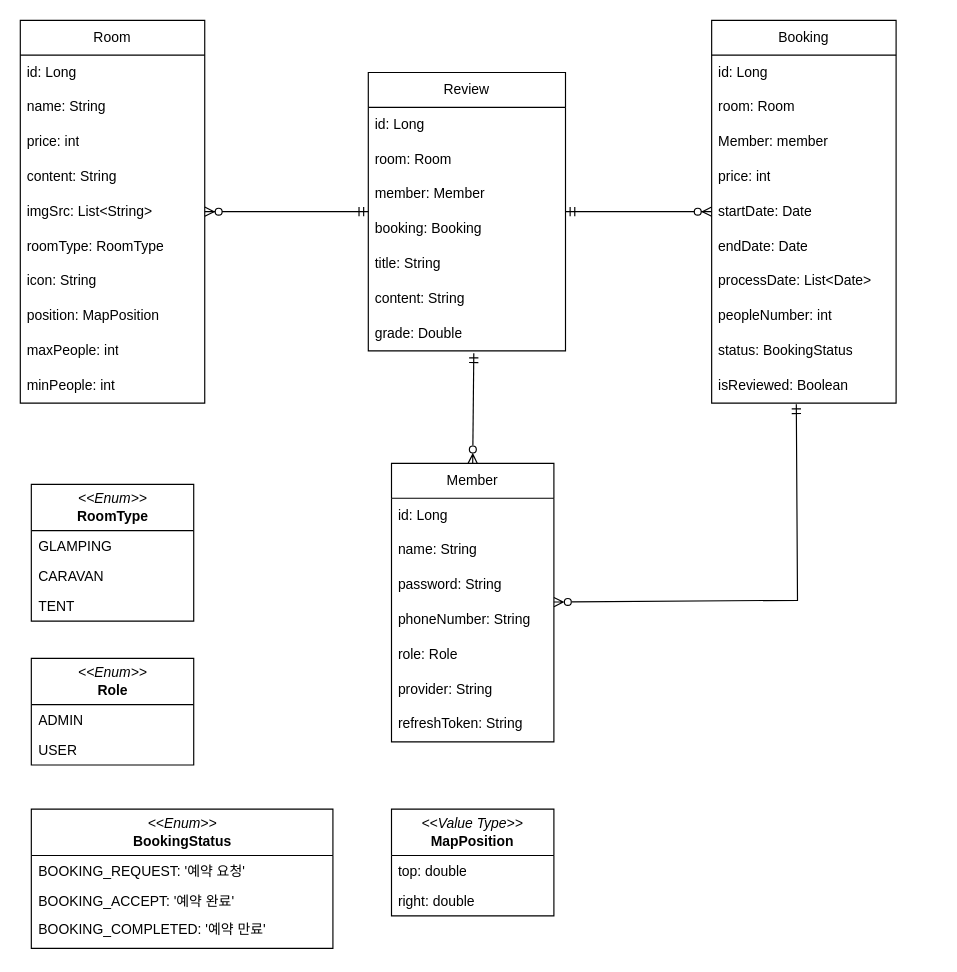
hb912/reservation-app-server keeps this draw.io diagram as EntityClassDiagram.drawio. Above is the earlier version. Source tidied: cells renumbered, new cells numbered last; positions are measured from the earlier drawing's top-left corner, leaving out a move shared by most shapes. Both pictures are drawn from the tidied source at 116%, with x=0, y=0 at pixel (20, 20).
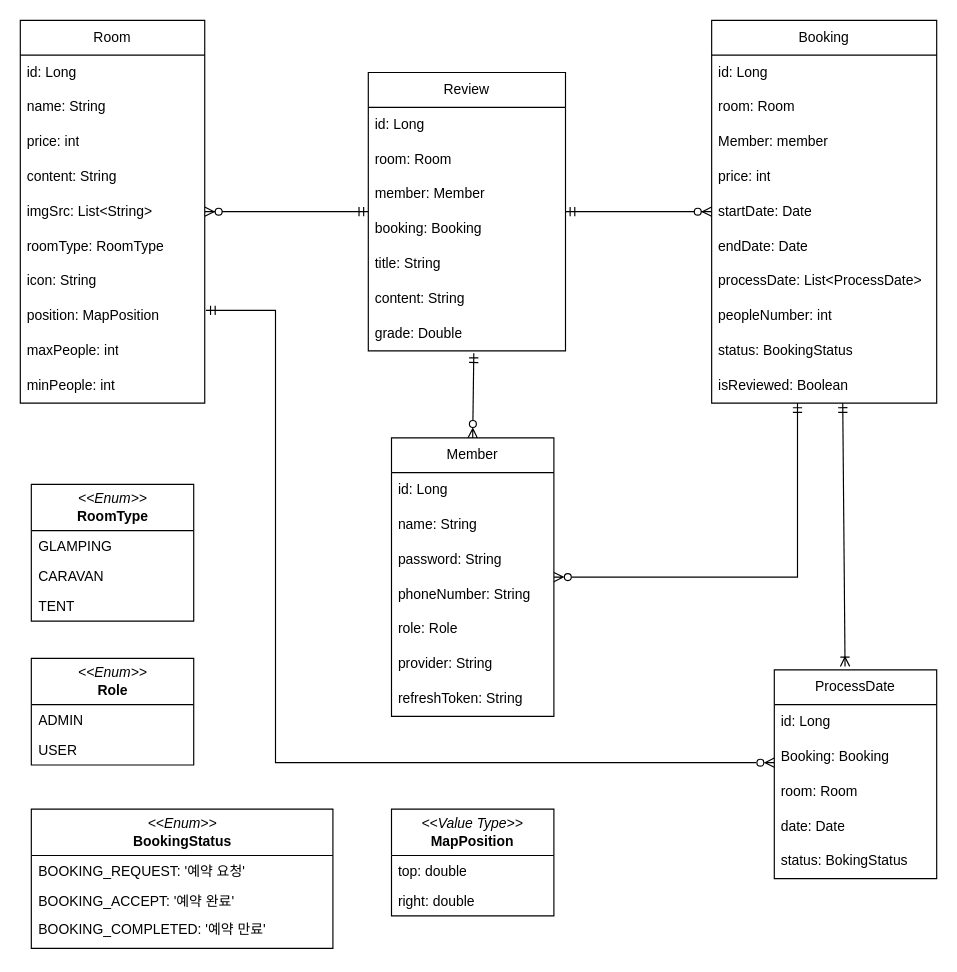
After the change.

The edit, as a diff of the source:
```diff
@@
     <mxCell id="2" value="Member" style="swimlane;fontStyle=0;horizontal=1;startSize=30;whiteSpace=wrap;html=1;" parent="1" vertex="1">
-      <mxGeometry x="320" y="382" width="140" height="240" as="geometry" />
+      <mxGeometry x="320" y="360" width="140" height="240" as="geometry" />
     </mxCell>
@@
     <mxCell id="31" value="Booking" style="swimlane;fontStyle=0;horizontal=1;startSize=30;whiteSpace=wrap;html=1;" parent="1" vertex="1">
-      <mxGeometry x="596" width="159" height="330" as="geometry" />
+      <mxGeometry x="596" width="194" height="330" as="geometry" />
     </mxCell>
     <mxCell id="32" value="id: Long" style="text;strokeColor=none;fillColor=none;align=left;verticalAlign=middle;spacingLeft=4;spacingRight=4;overflow=hidden;whiteSpace=wrap;html=1;" parent="31" vertex="1">
-      <mxGeometry y="30" width="159" height="30" as="geometry" />
+      <mxGeometry y="30" width="194" height="30" as="geometry" />
     </mxCell>
     <mxCell id="33" value="room: Room" style="text;strokeColor=none;fillColor=none;align=left;verticalAlign=middle;spacingLeft=4;spacingRight=4;overflow=hidden;whiteSpace=wrap;html=1;" parent="31" vertex="1">
-      <mxGeometry y="60" width="159" height="30" as="geometry" />
+      <mxGeometry y="60" width="194" height="30" as="geometry" />
     </mxCell>
     <mxCell id="34" value="Member: member" style="text;strokeColor=none;fillColor=none;align=left;verticalAlign=middle;spacingLeft=4;spacingRight=4;overflow=hidden;whiteSpace=wrap;html=1;" parent="31" vertex="1">
-      <mxGeometry y="90" width="159" height="30" as="geometry" />
+      <mxGeometry y="90" width="194" height="30" as="geometry" />
     </mxCell>
     <mxCell id="35" value="price: int" style="text;strokeColor=none;fillColor=none;align=left;verticalAlign=middle;spacingLeft=4;spacingRight=4;overflow=hidden;whiteSpace=wrap;html=1;" parent="31" vertex="1">
-      <mxGeometry y="120" width="159" height="30" as="geometry" />
+      <mxGeometry y="120" width="194" height="30" as="geometry" />
     </mxCell>
     <mxCell id="36" value="startDate: Date" style="text;strokeColor=none;fillColor=none;align=left;verticalAlign=middle;spacingLeft=4;spacingRight=4;overflow=hidden;whiteSpace=wrap;html=1;" parent="31" vertex="1">
-      <mxGeometry y="150" width="159" height="30" as="geometry" />
+      <mxGeometry y="150" width="194" height="30" as="geometry" />
     </mxCell>
     <mxCell id="37" value="endDate: Date" style="text;strokeColor=none;fillColor=none;align=left;verticalAlign=middle;spacingLeft=4;spacingRight=4;overflow=hidden;whiteSpace=wrap;html=1;" parent="31" vertex="1">
-      <mxGeometry y="180" width="159" height="30" as="geometry" />
+      <mxGeometry y="180" width="194" height="30" as="geometry" />
     </mxCell>
-    <mxCell id="38" value="processDate: List&amp;lt;Date&amp;gt;" style="text;strokeColor=none;fillColor=none;align=left;verticalAlign=middle;spacingLeft=4;spacingRight=4;overflow=hidden;whiteSpace=wrap;html=1;" parent="31" vertex="1">
-      <mxGeometry y="210" width="159" height="30" as="geometry" />
+    <mxCell id="38" value="processDate: List&amp;lt;ProcessDate&amp;gt;" style="text;strokeColor=none;fillColor=none;align=left;verticalAlign=middle;spacingLeft=4;spacingRight=4;overflow=hidden;whiteSpace=wrap;html=1;" parent="31" vertex="1">
+      <mxGeometry y="210" width="194" height="30" as="geometry" />
     </mxCell>
     <mxCell id="39" value="peopleNumber: int" style="text;strokeColor=none;fillColor=none;align=left;verticalAlign=middle;spacingLeft=4;spacingRight=4;overflow=hidden;whiteSpace=wrap;html=1;" parent="31" vertex="1">
-      <mxGeometry y="240" width="159" height="30" as="geometry" />
+      <mxGeometry y="240" width="194" height="30" as="geometry" />
     </mxCell>
     <mxCell id="40" value="status: BookingStatus" style="text;strokeColor=none;fillColor=none;align=left;verticalAlign=middle;spacingLeft=4;spacingRight=4;overflow=hidden;whiteSpace=wrap;html=1;" parent="31" vertex="1">
-      <mxGeometry y="270" width="159" height="30" as="geometry" />
+      <mxGeometry y="270" width="194" height="30" as="geometry" />
     </mxCell>
     <mxCell id="41" value="isReviewed: Boolean" style="text;strokeColor=none;fillColor=none;align=left;verticalAlign=middle;spacingLeft=4;spacingRight=4;overflow=hidden;points=[[0,0.5],[1,0.5]];portConstraint=eastwest;whiteSpace=wrap;html=1;" parent="31" vertex="1">
-      <mxGeometry y="300" width="159" height="30" as="geometry" />
+      <mxGeometry y="300" width="194" height="30" as="geometry" />
     </mxCell>
@@
-    <mxCell id="57" style="endArrow=ERmandOne;html=1;rounded=0;startArrow=ERzeroToMany;startFill=0;endFill=0;entryX=0.459;entryY=1.033;entryDx=0;entryDy=0;entryPerimeter=0;" parent="1" edge="1" source="2" target="41">
+    <mxCell id="57" style="endArrow=ERmandOne;html=1;rounded=0;startArrow=ERzeroToMany;startFill=0;endFill=0;" parent="1" edge="1" source="2">
       <mxGeometry relative="1" as="geometry">
+        <mxPoint x="670" y="330" as="targetPoint" />
         <Array as="points">
-          <mxPoint x="670" y="500" />
+          <mxPoint x="670" y="480" />
         </Array>
       </mxGeometry>
     </mxCell>
+    <mxCell id="58" value="ProcessDate" style="swimlane;fontStyle=0;horizontal=1;startSize=30;whiteSpace=wrap;html=1;" parent="1" vertex="1">
+      <mxGeometry x="650" y="560" width="140" height="180" as="geometry" />
+    </mxCell>
+    <mxCell id="59" value="id: Long" style="text;strokeColor=none;fillColor=none;align=left;verticalAlign=middle;spacingLeft=4;spacingRight=4;overflow=hidden;whiteSpace=wrap;html=1;" parent="58" vertex="1">
+      <mxGeometry y="30" width="140" height="30" as="geometry" />
+    </mxCell>
+    <mxCell id="60" value="Booking: Booking" style="text;strokeColor=none;fillColor=none;align=left;verticalAlign=middle;spacingLeft=4;spacingRight=4;overflow=hidden;whiteSpace=wrap;html=1;" parent="58" vertex="1">
+      <mxGeometry y="60" width="140" height="30" as="geometry" />
+    </mxCell>
+    <mxCell id="61" value="room: Room" style="text;strokeColor=none;fillColor=none;align=left;verticalAlign=middle;spacingLeft=4;spacingRight=4;overflow=hidden;whiteSpace=wrap;html=1;" parent="58" vertex="1">
+      <mxGeometry y="90" width="140" height="30" as="geometry" />
+    </mxCell>
+    <mxCell id="62" value="date: Date" style="text;strokeColor=none;fillColor=none;align=left;verticalAlign=middle;spacingLeft=4;spacingRight=4;overflow=hidden;whiteSpace=wrap;html=1;" parent="58" vertex="1">
+      <mxGeometry y="120" width="140" height="30" as="geometry" />
+    </mxCell>
+    <mxCell id="63" value="status: BokingStatus" style="text;strokeColor=none;fillColor=none;align=left;verticalAlign=middle;spacingLeft=4;spacingRight=4;overflow=hidden;whiteSpace=wrap;html=1;" parent="58" vertex="1">
+      <mxGeometry y="150" width="140" height="30" as="geometry" />
+    </mxCell>
+    <mxCell id="64" style="endArrow=ERmandOne;html=1;rounded=0;startArrow=ERoneToMany;startFill=0;endFill=0;entryX=0.459;entryY=1.033;entryDx=0;entryDy=0;entryPerimeter=0;" parent="1" edge="1">
+      <mxGeometry relative="1" as="geometry">
+        <mxPoint x="711" y="557" as="sourcePoint" />
+        <mxPoint x="709" y="330" as="targetPoint" />
+      </mxGeometry>
+    </mxCell>
+    <mxCell id="65" style="endArrow=ERmandOne;html=1;rounded=0;startArrow=ERzeroToMany;startFill=0;endFill=0;" parent="1" edge="1">
+      <mxGeometry relative="1" as="geometry">
+        <mxPoint x="650" y="640" as="sourcePoint" />
+        <mxPoint x="160" y="250" as="targetPoint" />
+        <Array as="points">
+          <mxPoint x="220" y="640" />
+          <mxPoint x="220" y="250" />
+        </Array>
+      </mxGeometry>
+    </mxCell>
```
